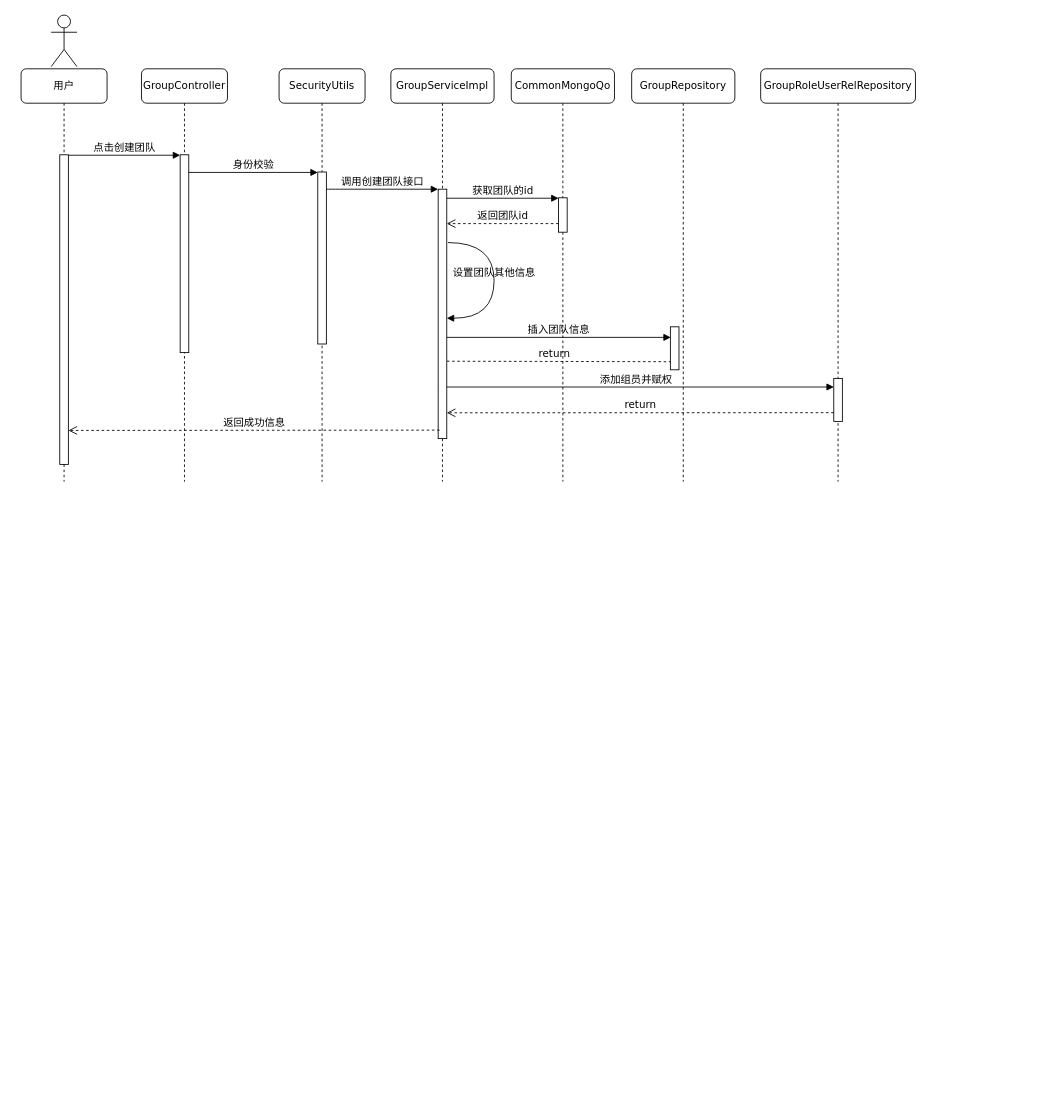
Earlier version of the draw.io diagram 获取邀请信息时序图.drawio (come-on-reader/draw-io). Source tidied: cells renumbered, new cells numbered last; positions are measured from the earlier drawing's top-left corner, leaving out a move shared by most shapes. Both pictures are drawn from the tidied source at 86%, with x=0, y=0 at pixel (21, 15).
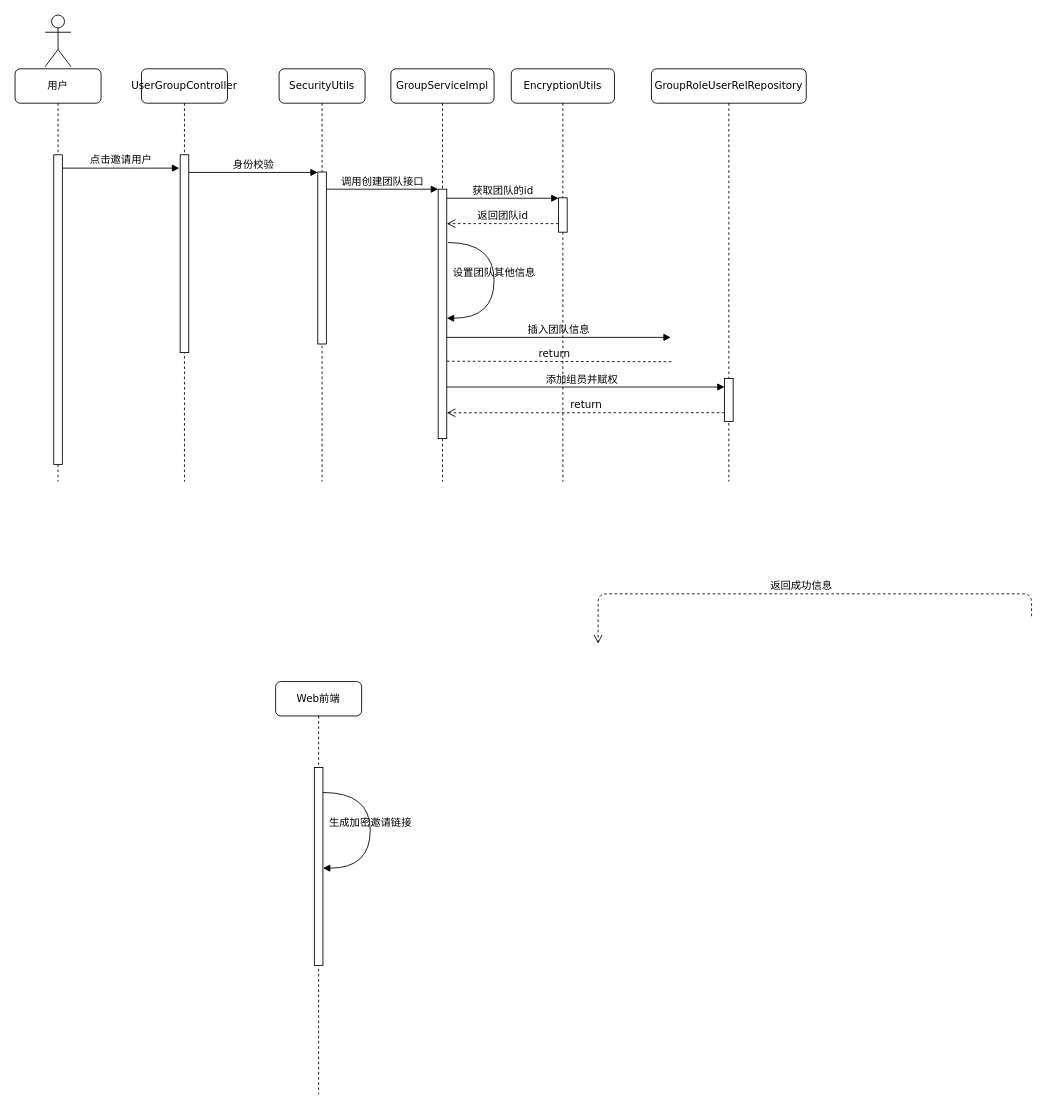
The same page after the edit.

Commit message:
更新获取邀请信息时序图.drawio

Unchanged cells that the change refers to:
```xml
<mxCell id="3" style="html=1;points=[];perimeter=orthogonalPerimeter;rounded=0;shadow=0;comic=0;labelBackgroundColor=none;strokeWidth=1;fontFamily=Verdana;fontSize=12;align=center;" parent="2" vertex="1">
  <mxGeometry x="45" y="100" width="10" height="230" as="geometry" />
</mxCell>
<mxCell id="15" style="html=1;points=[];perimeter=orthogonalPerimeter;rounded=0;shadow=0;comic=0;labelBackgroundColor=none;strokeWidth=1;fontFamily=Verdana;fontSize=12;align=center;" parent="14" vertex="1">
  <mxGeometry x="45" y="100" width="10" height="360" as="geometry" />
</mxCell>
<mxCell id="16" style="html=1;points=[];perimeter=orthogonalPerimeter;rounded=0;shadow=0;comic=0;labelBackgroundColor=none;strokeWidth=1;fontFamily=Verdana;fontSize=12;align=center;" parent="1" vertex="1">
  <mxGeometry x="485" y="202.5" width="10" height="290" as="geometry" />
</mxCell>
```

Change to the diagram source:
```diff
@@
-    <mxCell id="2" value="GroupController" style="shape=umlLifeline;perimeter=lifelinePerimeter;whiteSpace=wrap;html=1;rounded=1;shadow=0;comic=0;labelBackgroundColor=none;strokeWidth=1;fontFamily=Verdana;fontSize=12;align=center;" parent="1" vertex="1">
+    <mxCell id="2" value="UserGroupController" style="shape=umlLifeline;perimeter=lifelinePerimeter;whiteSpace=wrap;html=1;rounded=1;shadow=0;comic=0;labelBackgroundColor=none;strokeWidth=1;fontFamily=Verdana;fontSize=12;align=center;" parent="1" vertex="1">
       <mxGeometry x="140" y="62.5" width="100" height="480" as="geometry" />
     </mxCell>
@@
-    <mxCell id="7" value="CommonMongoQo" style="shape=umlLifeline;perimeter=lifelinePerimeter;whiteSpace=wrap;html=1;rounded=1;shadow=0;comic=0;labelBackgroundColor=none;strokeWidth=1;fontFamily=Verdana;fontSize=12;align=center;" parent="1" vertex="1">
+    <mxCell id="7" value="EncryptionUtils" style="shape=umlLifeline;perimeter=lifelinePerimeter;whiteSpace=wrap;html=1;rounded=1;shadow=0;comic=0;labelBackgroundColor=none;strokeWidth=1;fontFamily=Verdana;fontSize=12;align=center;" parent="1" vertex="1">
       <mxGeometry x="570" y="62.5" width="120" height="480" as="geometry" />
     </mxCell>
-    <mxCell id="8" value="return" style="html=1;verticalAlign=bottom;endArrow=open;dashed=1;endSize=8;labelBackgroundColor=none;fontFamily=Verdana;fontSize=12;entryX=1;entryY=0.652;entryDx=0;entryDy=0;entryPerimeter=0;exitX=0.119;exitY=0.812;exitDx=0;exitDy=0;exitPerimeter=0;" parent="7" edge="1" source="11">
+    <mxCell id="8" value="return" style="html=1;verticalAlign=bottom;endArrow=open;dashed=1;endSize=8;labelBackgroundColor=none;fontFamily=Verdana;fontSize=12;entryX=1;entryY=0.652;entryDx=0;entryDy=0;entryPerimeter=0;exitX=0.119;exitY=0.812;exitDx=0;exitDy=0;exitPerimeter=0;" parent="7" edge="1">
       <mxGeometry relative="1" as="geometry">
+        <mxPoint x="186.2" y="340.6" as="sourcePoint" />
         <mxPoint x="-85" y="340" as="targetPoint" />
       </mxGeometry>
     </mxCell>
@@
-    <mxCell id="10" value="GroupRepository" style="shape=umlLifeline;perimeter=lifelinePerimeter;whiteSpace=wrap;html=1;rounded=1;shadow=0;comic=0;labelBackgroundColor=none;strokeWidth=1;fontFamily=Verdana;fontSize=12;align=center;" parent="1" vertex="1">
-      <mxGeometry x="710" y="62.5" width="120" height="480" as="geometry" />
-    </mxCell>
-    <mxCell id="11" style="html=1;points=[];perimeter=orthogonalPerimeter;rounded=0;shadow=0;comic=0;labelBackgroundColor=none;strokeColor=#000000;strokeWidth=1;fillColor=#FFFFFF;fontFamily=Verdana;fontSize=12;fontColor=#000000;align=center;" parent="10" vertex="1">
-      <mxGeometry x="45" y="300" width="10" height="50" as="geometry" />
-    </mxCell>
     <mxCell id="12" value="GroupRoleUserRelRepository" style="shape=umlLifeline;perimeter=lifelinePerimeter;whiteSpace=wrap;html=1;rounded=1;shadow=0;comic=0;labelBackgroundColor=none;strokeWidth=1;fontFamily=Verdana;fontSize=12;align=center;" parent="1" vertex="1">
-      <mxGeometry x="860" y="62.5" width="180" height="480" as="geometry" />
+      <mxGeometry x="733" y="62.5" width="180" height="480" as="geometry" />
     </mxCell>
@@
     <mxCell id="14" value="用户" style="shape=umlLifeline;perimeter=lifelinePerimeter;whiteSpace=wrap;html=1;rounded=1;shadow=0;comic=0;labelBackgroundColor=none;strokeWidth=1;fontFamily=Verdana;fontSize=12;align=center;" parent="1" vertex="1">
-      <mxGeometry y="62.5" width="100" height="480" as="geometry" />
+      <mxGeometry x="-7" y="62.5" width="100" height="480" as="geometry" />
     </mxCell>
@@
-    <mxCell id="21" value="插入团队信息" style="html=1;verticalAlign=bottom;endArrow=block;labelBackgroundColor=none;fontFamily=Verdana;fontSize=12;entryX=0.048;entryY=0.246;entryDx=0;entryDy=0;entryPerimeter=0;" parent="1" edge="1" source="16" target="11">
-      <mxGeometry relative="1" as="geometry" />
+    <mxCell id="21" value="插入团队信息" style="html=1;verticalAlign=bottom;endArrow=block;labelBackgroundColor=none;fontFamily=Verdana;fontSize=12;entryX=0.048;entryY=0.246;entryDx=0;entryDy=0;entryPerimeter=0;" parent="1" edge="1" source="16">
+      <mxGeometry relative="1" as="geometry">
+        <mxPoint x="755.5" y="374.8" as="targetPoint" />
+      </mxGeometry>
     </mxCell>
-    <mxCell id="22" value="点击创建团队" style="html=1;verticalAlign=bottom;endArrow=block;entryX=0;entryY=0;labelBackgroundColor=none;fontFamily=Verdana;fontSize=12;edgeStyle=elbowEdgeStyle;elbow=vertical;" parent="1" edge="1" source="15" target="3">
-      <mxGeometry relative="1" as="geometry" />
-    </mxCell>
@@
     <mxCell id="25" style="shape=umlActor;verticalLabelPosition=bottom;verticalAlign=top;html=1;" parent="1" vertex="1">
-      <mxGeometry x="35" width="30" height="60" as="geometry" />
+      <mxGeometry x="28" width="30" height="60" as="geometry" />
     </mxCell>
@@
-    <mxCell id="27" value="返回成功信息" style="html=1;verticalAlign=bottom;endArrow=open;dashed=1;endSize=8;labelBackgroundColor=none;fontFamily=Verdana;fontSize=12;edgeStyle=elbowEdgeStyle;elbow=vertical;exitX=0.167;exitY=0.966;exitDx=0;exitDy=0;exitPerimeter=0;" parent="1" edge="1" source="16">
+    <mxCell id="27" value="返回成功信息" style="html=1;verticalAlign=bottom;endArrow=open;dashed=1;endSize=8;labelBackgroundColor=none;fontFamily=Verdana;fontSize=12;edgeStyle=elbowEdgeStyle;elbow=vertical;" parent="1" edge="1">
       <mxGeometry relative="1" as="geometry">
-        <mxPoint x="55" y="482.5" as="targetPoint" />
+        <mxPoint x="1175" y="699" as="sourcePoint" />
+        <mxPoint x="671" y="731" as="targetPoint" />
+        <Array as="points">
+          <mxPoint x="1015" y="673" />
+        </Array>
       </mxGeometry>
     </mxCell>
+    <mxCell id="28" value="Web前端" style="shape=umlLifeline;perimeter=lifelinePerimeter;whiteSpace=wrap;html=1;rounded=1;shadow=0;comic=0;labelBackgroundColor=none;strokeWidth=1;fontFamily=Verdana;fontSize=12;align=center;" parent="1" vertex="1">
+      <mxGeometry x="296" y="775" width="100" height="480" as="geometry" />
+    </mxCell>
+    <mxCell id="29" style="html=1;perimeter=orthogonalPerimeter;rounded=0;shadow=0;comic=0;labelBackgroundColor=none;strokeWidth=1;fontFamily=Verdana;fontSize=12;align=center;" parent="28" vertex="1">
+      <mxGeometry x="45" y="100" width="10" height="230" as="geometry" />
+    </mxCell>
+    <mxCell id="30" value="生成加密邀请链接" style="html=1;verticalAlign=bottom;endArrow=block;labelBackgroundColor=none;fontFamily=Verdana;fontSize=12;elbow=vertical;edgeStyle=orthogonalEdgeStyle;curved=1;" parent="1" edge="1">
+      <mxGeometry relative="1" as="geometry">
+        <mxPoint x="351" y="904" as="sourcePoint" />
+        <mxPoint x="351" y="992" as="targetPoint" />
+        <Array as="points">
+          <mxPoint x="406" y="904" />
+          <mxPoint x="406" y="992" />
+        </Array>
+      </mxGeometry>
+    </mxCell>
+    <mxCell id="22" value="点击邀请用户" style="html=1;verticalAlign=bottom;endArrow=block;labelBackgroundColor=none;fontFamily=Verdana;fontSize=12;edgeStyle=elbowEdgeStyle;elbow=vertical;" parent="1" edge="1">
+      <mxGeometry relative="1" as="geometry">
+        <mxPoint x="48" y="178" as="sourcePoint" />
+        <mxPoint x="184" y="178" as="targetPoint" />
+      </mxGeometry>
+    </mxCell>
```
